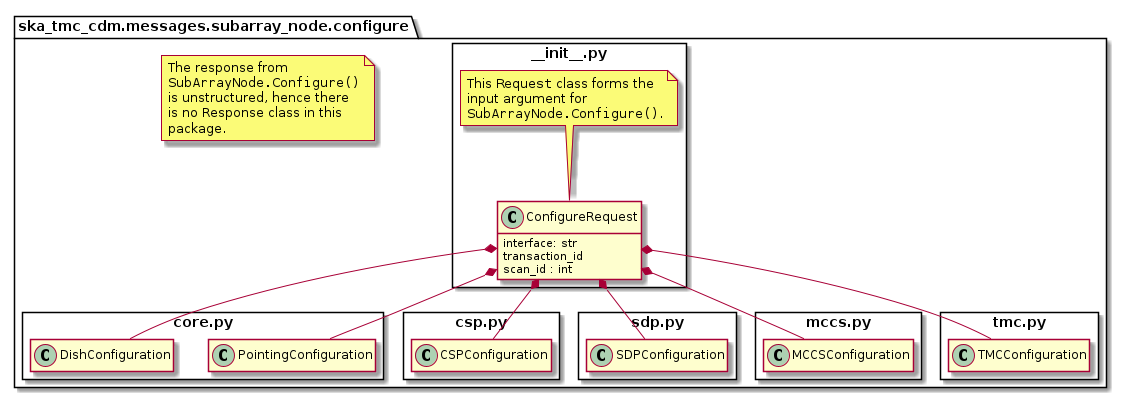
Earlier version of the PlantUML export docs/src/developer/subarraynode/init.png (ska-telescope/cdm-shared-library). Its diagram source:
```plantuml
@startuml
hide empty members

package ska_tmc_cdm.messages.subarray_node.configure {
	package core.py <<Rectangle>> {
		class PointingConfiguration
		class DishConfiguration
	}

	package csp.py <<Rectangle>> {
		class CSPConfiguration
	}

	package sdp.py <<Rectangle>> {
		class SDPConfiguration
	}

    package sdp.py <<Rectangle>> {
        class SDPConfiguration
    }

    package mccs.py <<Rectangle>> {
        class MCCSConfiguration
    }

	package tmc.py <<Rectangle>> {
		class TMCConfiguration
	}

	package ~__init__.py <<Rectangle>> {
		class ConfigureRequest {
            interface: str
			transaction_id
			scan_id : int
		}
		ConfigureRequest *-- PointingConfiguration
		ConfigureRequest *-- DishConfiguration
		ConfigureRequest *-- CSPConfiguration
		ConfigureRequest *-- SDPConfiguration
		ConfigureRequest *-- MCCSConfiguration
        ConfigureRequest *-- TMCConfiguration

		note top of ConfigureRequest
			This ""Request"" class forms the
			input argument for
			""SubArrayNode.Configure()"".
		end note
	}

	note as N1
		The response from
		""SubArrayNode.Configure()""
		is unstructured, hence there
		is no Response class in this
		package.
	end note
}

@enduml
```
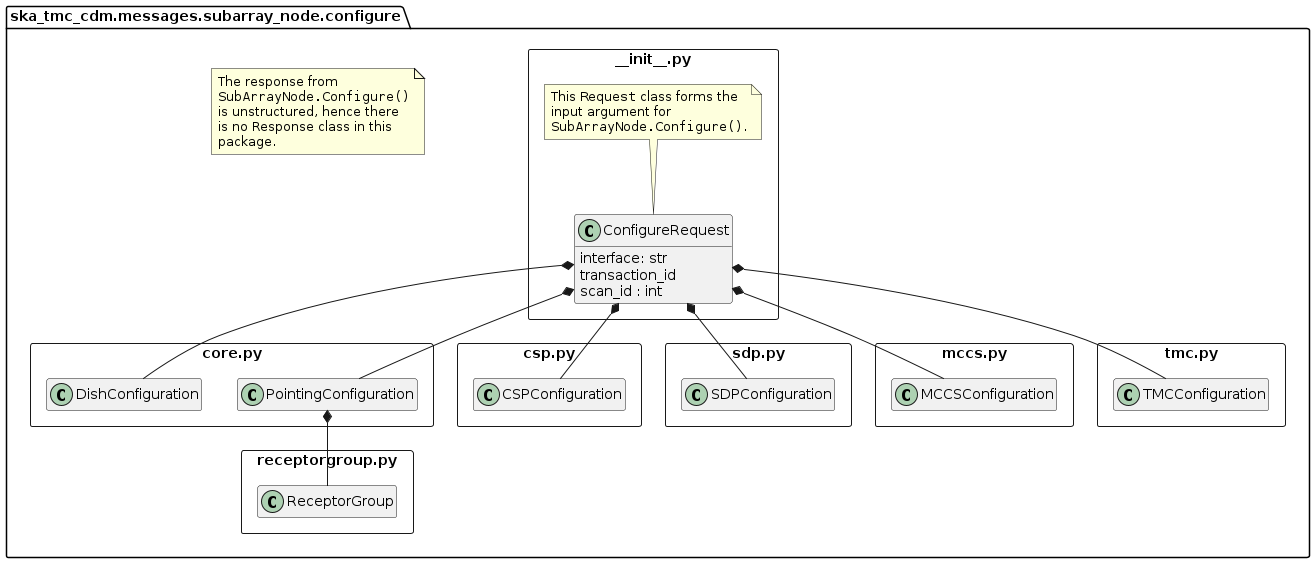
Later version of the same file.

Diff of the diagram source:
```diff
@@ -1,33 +1,33 @@
 @startuml
 hide empty members
 
-package ska_tmc_cdm.messages.subarray_node.configure {
-	package core.py <<Rectangle>> {
+package ska_tmc_cdm.messages.subarray_node.configure as base {
+	package core.py as core <<Rectangle>> {
 		class PointingConfiguration
 		class DishConfiguration
 	}
 
-	package csp.py <<Rectangle>> {
+	package csp.py as csp <<Rectangle>> {
 		class CSPConfiguration
 	}
 
-	package sdp.py <<Rectangle>> {
+	package sdp.py as sdp <<Rectangle>> {
 		class SDPConfiguration
 	}
 
-    package sdp.py <<Rectangle>> {
-        class SDPConfiguration
+    package receptorgroup.py as receptorgroup <<Rectangle>> {
+        class ReceptorGroup
     }
 
-    package mccs.py <<Rectangle>> {
+    package mccs.py as mccs <<Rectangle>> {
         class MCCSConfiguration
     }
 
-	package tmc.py <<Rectangle>> {
+	package tmc.py as tmc <<Rectangle>> {
 		class TMCConfiguration
 	}
 
-	package ~__init__.py <<Rectangle>> {
+	package ~__init__.py as init <<Rectangle>> {
 		class ConfigureRequest {
             interface: str
 			transaction_id
@@ -54,6 +54,8 @@
 		is no Response class in this
 		package.
 	end note
+
+    PointingConfiguration *-- ReceptorGroup
 }
 
 @enduml
```
